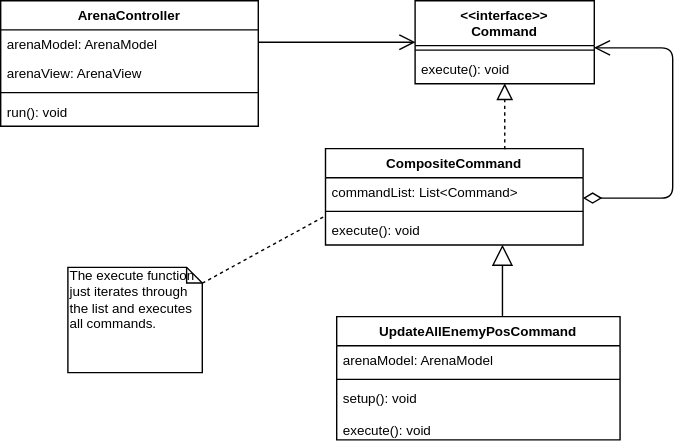
dmfrodrigues/feup-lpoo-proj keeps this draw.io diagram as docs/images/composite-diagram.svg. Above is the earlier version. Source tidied: cells renumbered, new cells last; positions are measured from the earlier drawing's top-left corner, leaving out a move shared by most shapes.
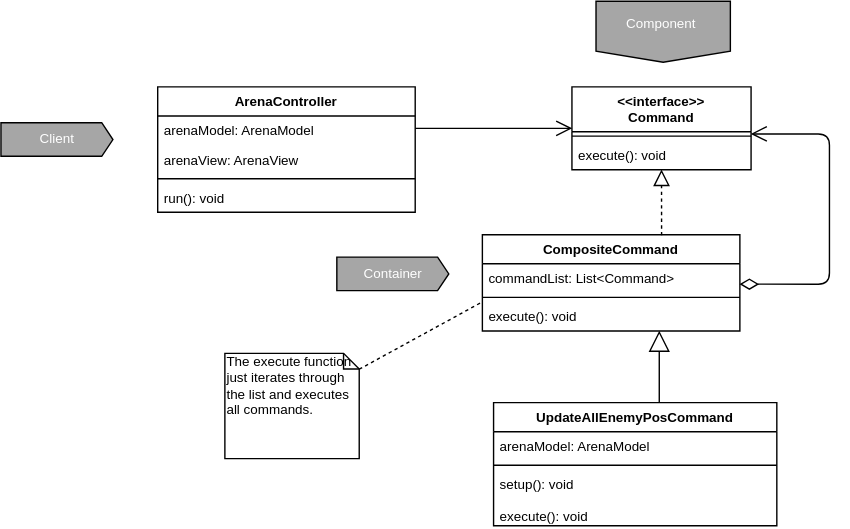
The same diagram one commit later.

Commit message:
Added roles to composite diagram

Change to the diagram source:
```diff
@@ -79,5 +79,17 @@
         <mxPoint x="290" y="192" as="targetPoint" />
       </mxGeometry>
     </mxCell>
+    <mxCell id="24" value="&lt;font color=&quot;#FFFFFF&quot;&gt;Client&lt;/font&gt;" style="html=1;shadow=0;dashed=0;align=center;verticalAlign=middle;shape=mxgraph.arrows2.arrow;dy=0;dx=10;notch=0;fillColor=#A6A6A6;" parent="1" vertex="1">
+      <mxGeometry x="-140" y="32" width="100" height="30" as="geometry" />
+    </mxCell>
+    <mxCell id="25" value="&lt;font color=&quot;#FFFFFF&quot;&gt;Container&lt;/font&gt;" style="html=1;shadow=0;dashed=0;align=center;verticalAlign=middle;shape=mxgraph.arrows2.arrow;dy=0;dx=10;notch=0;fillColor=#A6A6A6;" parent="1" vertex="1">
+      <mxGeometry x="160" y="152" width="100" height="30" as="geometry" />
+    </mxCell>
+    <mxCell id="26" style="html=1;shadow=0;dashed=0;align=center;verticalAlign=middle;shape=mxgraph.arrows2.arrow;dy=0;dx=10;notch=0;fillColor=#A6A6A6;rotation=90;" parent="1" vertex="1">
+      <mxGeometry x="424.2" y="-109.2" width="54.5" height="120" as="geometry" />
+    </mxCell>
+    <mxCell id="27" value="&lt;div&gt;&lt;font color=&quot;#FFFFFF&quot;&gt;Component&lt;/font&gt;&lt;/div&gt;" style="text;html=1;strokeColor=none;fillColor=none;align=center;verticalAlign=middle;whiteSpace=wrap;rounded=0;" parent="1" vertex="1">
+      <mxGeometry x="395" y="-66.5" width="110" height="20" as="geometry" />
+    </mxCell>
   </root>
 </mxGraphModel>
```
